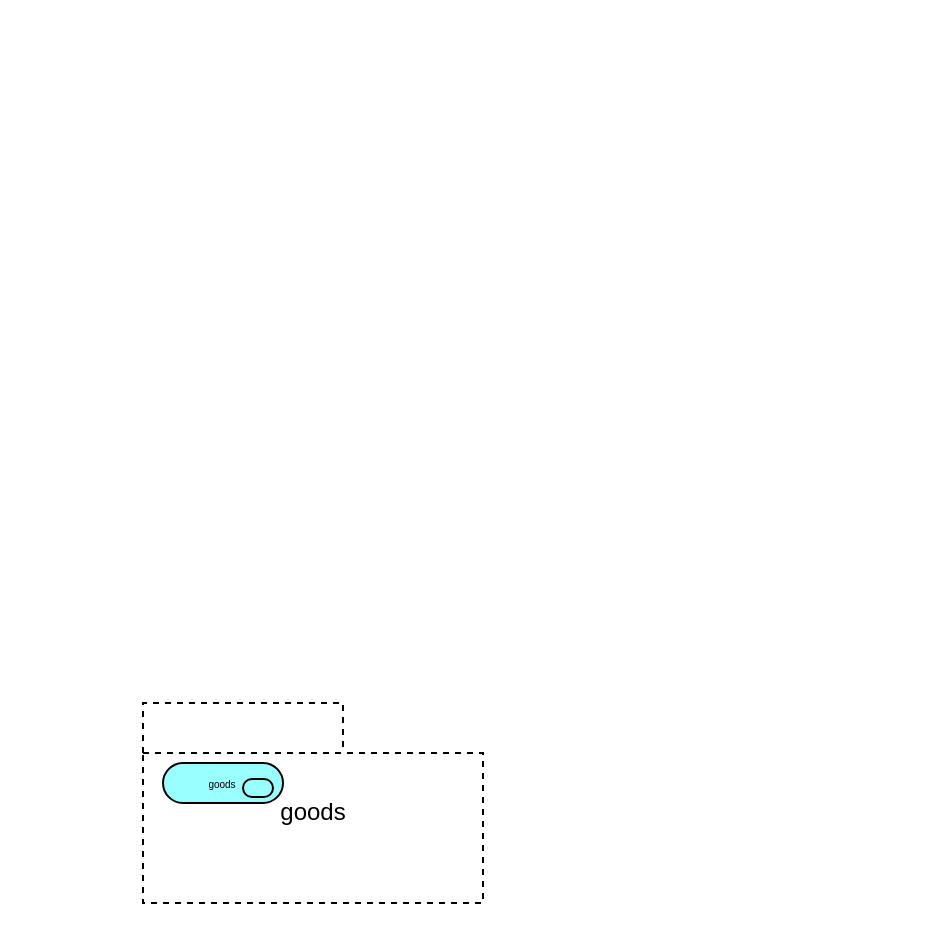
Before: nec.drawio in bixiyan/for.draw.io, a draw.io diagram. Source tidied: cells renumbered, new cells numbered last; positions are measured from the earlier drawing's top-left corner, leaving out a move shared by most shapes. Both pictures are drawn from the tidied source at 200%, with x=0, y=0 at pixel (142, 702).
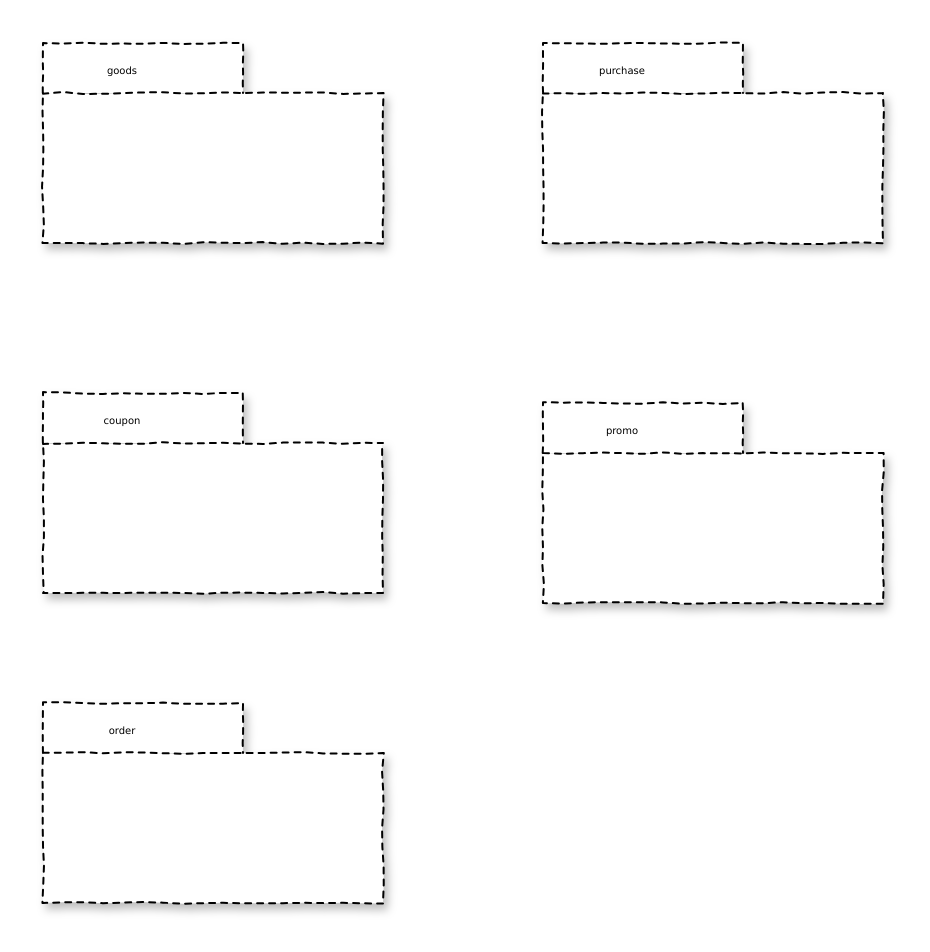
After the change.

What changed in the source:
```diff
@@
 <mxGraphModel>
   <root>
     <mxCell id="0" />
     <mxCell id="1" parent="0" />
+    <mxCell id="4" style="group;" parent="1" vertex="1">
+      <mxGeometry x="-50" y="-330" width="170" height="100" as="geometry" />
+    </mxCell>
-    <mxCell id="2" value="goods" style="shape=folder;spacingTop=10;tabWidth=100;tabHeight=25;tabPosition=left;html=1;dashed=1;" parent="1" vertex="1">
+    <mxCell id="2" style="shape=folder;spacingTop=10;tabWidth=100;tabHeight=25;tabPosition=left;dashed=1;enumerate=0;comic=1;jiggle=1;noLabel=0;shadow=1;sketch=0;" parent="4" vertex="1">
       <mxGeometry width="170" height="100" as="geometry" />
     </mxCell>
-    <mxCell id="3" value="&lt;font style=&quot;font-size: 5px;&quot;&gt;goods&lt;/font&gt;" style="html=1;whiteSpace=wrap;fillColor=#99ffff;shape=mxgraph.archimate3.application;appType=serv;archiType=rounded;fontSize=1;verticalAlign=middle;horizontal=1;" parent="1" vertex="1">
-      <mxGeometry x="10" y="30" width="60" height="20" as="geometry" />
+    <mxCell id="3" value="goods" style="text;html=1;strokeColor=none;fillColor=none;align=center;verticalAlign=middle;whiteSpace=wrap;rounded=0;shadow=1;comic=1;sketch=0;jiggle=1;fontFamily=Verdana;fontSize=5;" parent="4" vertex="1">
+      <mxGeometry x="10" y="3" width="60" height="20" as="geometry" />
     </mxCell>
+    <mxCell id="5" style="group;" parent="1" vertex="1">
+      <mxGeometry x="200" y="-330" width="170" height="100" as="geometry" />
+    </mxCell>
+    <mxCell id="6" style="shape=folder;spacingTop=10;tabWidth=100;tabHeight=25;tabPosition=left;dashed=1;enumerate=0;comic=1;jiggle=1;noLabel=0;shadow=1;sketch=0;" parent="5" vertex="1">
+      <mxGeometry width="170" height="100" as="geometry" />
+    </mxCell>
+    <mxCell id="7" value="purchase" style="text;html=1;strokeColor=none;fillColor=none;align=center;verticalAlign=middle;whiteSpace=wrap;rounded=0;shadow=1;comic=1;sketch=0;jiggle=1;fontFamily=Verdana;fontSize=5;" parent="5" vertex="1">
+      <mxGeometry x="10" y="3" width="60" height="20" as="geometry" />
+    </mxCell>
+    <mxCell id="8" style="group;" parent="1" vertex="1">
+      <mxGeometry x="-50" y="-155" width="170" height="100" as="geometry" />
+    </mxCell>
+    <mxCell id="9" style="shape=folder;spacingTop=10;tabWidth=100;tabHeight=25;tabPosition=left;dashed=1;enumerate=0;comic=1;jiggle=1;noLabel=0;shadow=1;sketch=0;" parent="8" vertex="1">
+      <mxGeometry width="170" height="100" as="geometry" />
+    </mxCell>
+    <mxCell id="10" value="coupon" style="text;html=1;strokeColor=none;fillColor=none;align=center;verticalAlign=middle;whiteSpace=wrap;rounded=0;shadow=1;comic=1;sketch=0;jiggle=1;fontFamily=Verdana;fontSize=5;" parent="8" vertex="1">
+      <mxGeometry x="10" y="3" width="60" height="20" as="geometry" />
+    </mxCell>
+    <mxCell id="11" style="group;" parent="1" vertex="1">
+      <mxGeometry x="200" y="-150" width="170" height="100" as="geometry" />
+    </mxCell>
+    <mxCell id="12" style="shape=folder;spacingTop=10;tabWidth=100;tabHeight=25;tabPosition=left;dashed=1;enumerate=0;comic=1;jiggle=1;noLabel=0;shadow=1;sketch=0;" parent="11" vertex="1">
+      <mxGeometry width="170" height="100" as="geometry" />
+    </mxCell>
+    <mxCell id="13" value="promo" style="text;html=1;strokeColor=none;fillColor=none;align=center;verticalAlign=middle;whiteSpace=wrap;rounded=0;shadow=1;comic=1;sketch=0;jiggle=1;fontFamily=Verdana;fontSize=5;" parent="11" vertex="1">
+      <mxGeometry x="10" y="3" width="60" height="20" as="geometry" />
+    </mxCell>
+    <mxCell id="14" style="group;" parent="1" vertex="1">
+      <mxGeometry x="-50" width="170" height="100" as="geometry" />
+    </mxCell>
+    <mxCell id="15" style="shape=folder;spacingTop=10;tabWidth=100;tabHeight=25;tabPosition=left;dashed=1;enumerate=0;comic=1;jiggle=1;noLabel=0;shadow=1;sketch=0;" parent="14" vertex="1">
+      <mxGeometry width="170" height="100" as="geometry" />
+    </mxCell>
+    <mxCell id="16" value="order" style="text;html=1;strokeColor=none;fillColor=none;align=center;verticalAlign=middle;whiteSpace=wrap;rounded=0;shadow=1;comic=1;sketch=0;jiggle=1;fontFamily=Verdana;fontSize=5;" parent="14" vertex="1">
+      <mxGeometry x="10" y="3" width="60" height="20" as="geometry" />
+    </mxCell>
   </root>
 </mxGraphModel>
```
